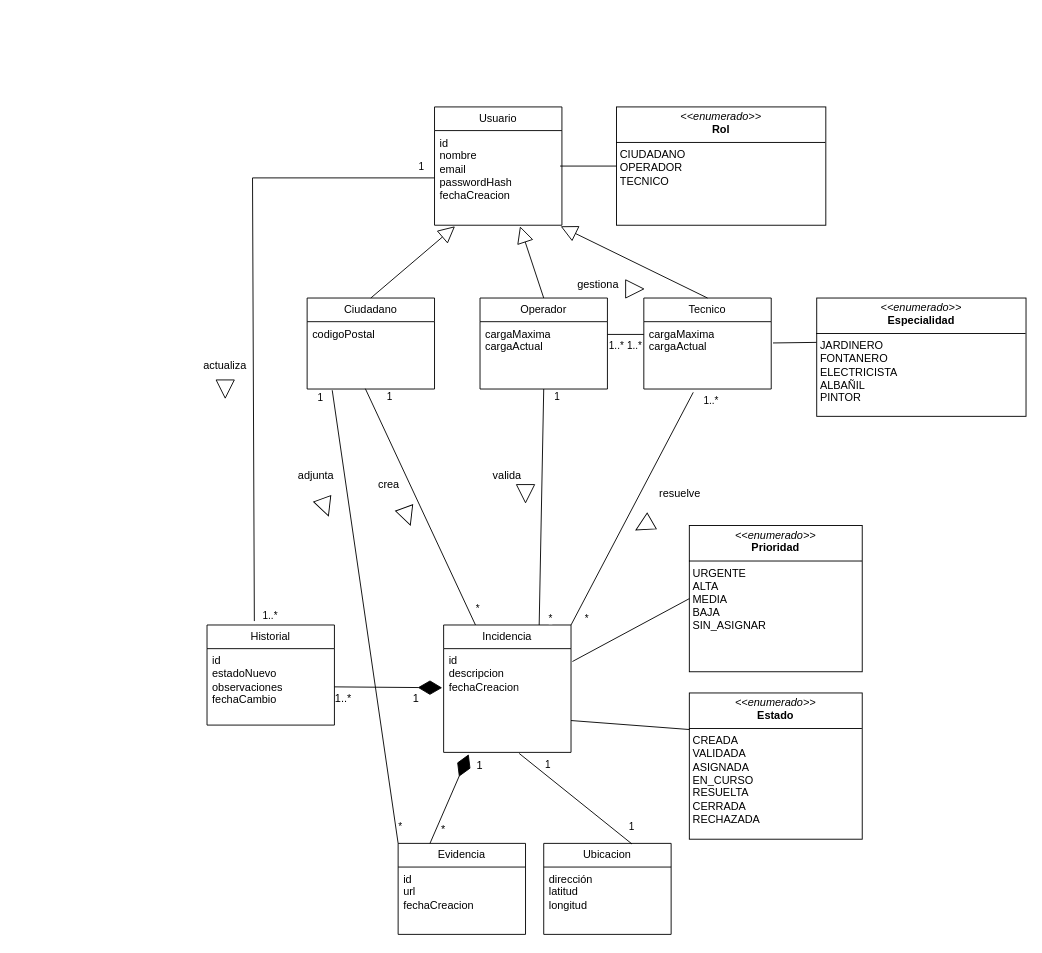
This is Diagrams/Diagrama_Modelo_de_datosv2.drawio from javimoralesg/UrbanDesk, a draw.io file, before an edit. Source tidied: cells renumbered, new cells numbered last; positions are measured from the earlier drawing's top-left corner, leaving out a move shared by most shapes. Both pictures are drawn from the tidied source at 91%, with x=0, y=0 at pixel (197, 106).
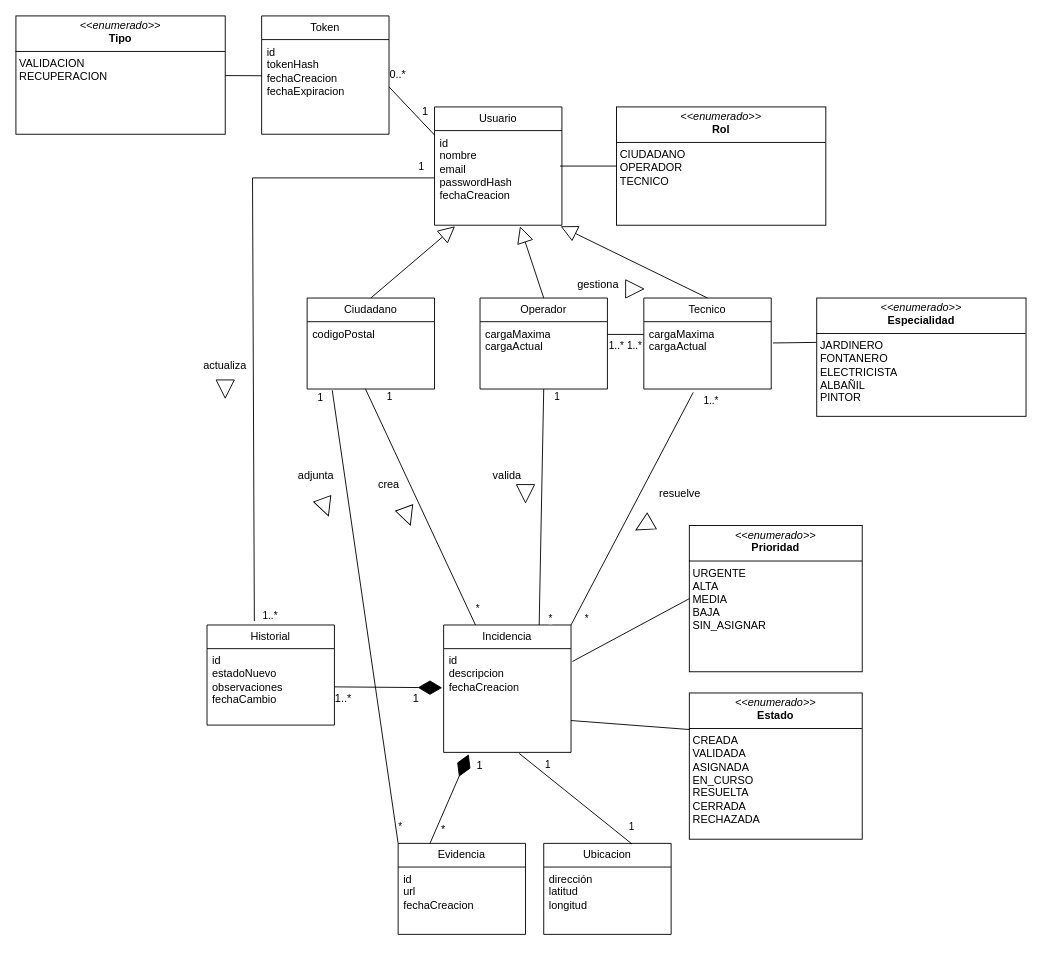
The same diagram, later.

Commit message:
add token entity to data model diagram

Unchanged cells that the change refers to:
```xml
<mxCell id="3" value="id&lt;div&gt;nombre&lt;/div&gt;&lt;div&gt;email&lt;/div&gt;&lt;div&gt;passwordHash&lt;/div&gt;&lt;div&gt;fechaCreacion&lt;/div&gt;" style="text;strokeColor=none;fillColor=none;align=left;verticalAlign=top;spacingLeft=4;spacingRight=4;overflow=hidden;points=[[0,0.5],[1,0.5]];portConstraint=eastwest;whiteSpace=wrap;html=1;" parent="2" vertex="1">
  <mxGeometry y="26" width="140" height="104" as="geometry" />
</mxCell>
```

Diff of the diagram source:
```diff
@@
+    <mxCell id="68" value="Token" style="swimlane;fontStyle=0;horizontal=1;startSize=26;fillColor=none;whiteSpace=wrap;html=1;" parent="1" vertex="1">
+      <mxGeometry x="70" y="-100" width="140" height="130" as="geometry" />
+    </mxCell>
+    <mxCell id="69" value="id&lt;div&gt;tokenHash&lt;/div&gt;&lt;div&gt;fechaCreacion&lt;/div&gt;&lt;div&gt;fechaExpiracion&lt;/div&gt;" style="text;strokeColor=none;fillColor=none;align=left;verticalAlign=top;spacingLeft=4;spacingRight=4;overflow=hidden;points=[[0,0.5],[1,0.5]];portConstraint=eastwest;whiteSpace=wrap;html=1;" parent="68" vertex="1">
+      <mxGeometry y="26" width="140" height="104" as="geometry" />
+    </mxCell>
+    <mxCell id="70" value="&lt;p style=&quot;margin:0px;margin-top:4px;text-align:center;&quot;&gt;&lt;i&gt;&amp;lt;&amp;lt;enumerado&amp;gt;&amp;gt;&lt;/i&gt;&lt;br&gt;&lt;b&gt;Tipo&lt;/b&gt;&lt;/p&gt;&lt;hr size=&quot;1&quot; style=&quot;border-style:solid;&quot;&gt;&lt;p style=&quot;margin:0px;margin-left:4px;&quot;&gt;VALIDACION&lt;/p&gt;&lt;p style=&quot;margin:0px;margin-left:4px;&quot;&gt;RECUPERACION&lt;/p&gt;" style="verticalAlign=top;align=left;overflow=fill;html=1;whiteSpace=wrap;" parent="1" vertex="1">
+      <mxGeometry x="-200" y="-100" width="230" height="130" as="geometry" />
+    </mxCell>
+    <mxCell id="71" style="endArrow=none;html=1;rounded=0;entryX=0;entryY=0.382;entryDx=0;entryDy=0;entryPerimeter=0;" parent="1" edge="1" source="70" target="69">
+      <mxGeometry relative="1" as="geometry" />
+    </mxCell>
+    <mxCell id="72" style="endArrow=none;html=1;rounded=0;exitX=1;exitY=0.5;exitDx=0;exitDy=0;entryX=0.001;entryY=0.048;entryDx=0;entryDy=0;entryPerimeter=0;" parent="1" edge="1" source="69" target="3">
+      <mxGeometry relative="1" as="geometry" />
+    </mxCell>
+    <mxCell id="73" value="0..*" style="text;html=1;whiteSpace=wrap;strokeColor=none;fillColor=none;align=center;verticalAlign=middle;rounded=0;" parent="1" vertex="1">
+      <mxGeometry x="190" y="-50" width="60" height="30" as="geometry" />
+    </mxCell>
+    <mxCell id="74" value="1" style="text;html=1;whiteSpace=wrap;strokeColor=none;fillColor=none;align=center;verticalAlign=middle;rounded=0;" parent="1" vertex="1">
+      <mxGeometry x="220" y="-10" width="60" height="30" as="geometry" />
+    </mxCell>
```
